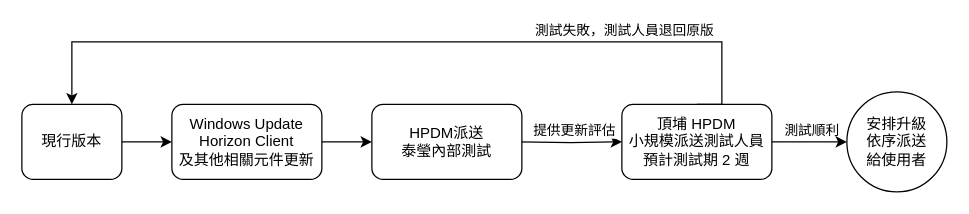
Earlier version of the draw.io diagram NCCC Windows 版本測試.drawio (headisnotsmall/draw.io). Source tidied: cells renumbered, new cells numbered last; positions are measured from the earlier drawing's top-left corner, leaving out a move shared by most shapes. Both pictures are drawn from the tidied source at 125%, with x=0, y=0 at pixel (21, 41).
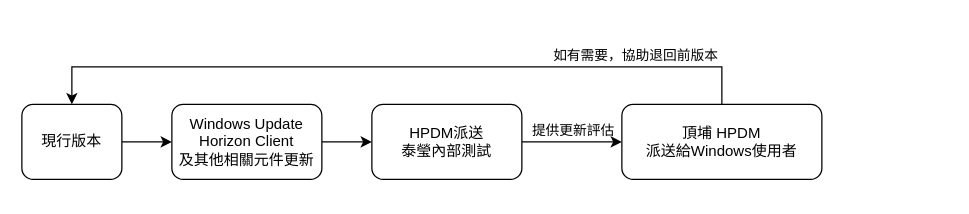
After the change.

What changed in the source:
```diff
@@
 <mxGraphModel>
   <root>
     <mxCell id="0" />
     <mxCell id="1" parent="0" />
     <mxCell id="2" style="edgeStyle=orthogonalEdgeStyle;rounded=0;jettySize=auto;html=1;exitX=1;exitY=0.5;exitDx=0;exitDy=0;entryX=0;entryY=0.5;entryDx=0;entryDy=0;fontFamily=微軟正黑體;" parent="1" edge="1" source="3" target="13">
       <mxGeometry relative="1" as="geometry" />
     </mxCell>
     <mxCell id="3" value="現行版本" style="rounded=1;whiteSpace=wrap;html=1;fontSize=12;glass=0;strokeWidth=1;shadow=0;fontFamily=微軟正黑體;" parent="1" vertex="1">
       <mxGeometry y="50" width="80" height="60" as="geometry" />
     </mxCell>
     <mxCell id="4" style="edgeStyle=orthogonalEdgeStyle;rounded=0;jettySize=auto;html=1;exitX=1;exitY=0.5;exitDx=0;exitDy=0;fontFamily=微軟正黑體;" parent="1" edge="1" source="13">
       <mxGeometry relative="1" as="geometry">
         <mxPoint x="280" y="80" as="targetPoint" />
       </mxGeometry>
     </mxCell>
-    <mxCell id="5" style="edgeStyle=orthogonalEdgeStyle;rounded=0;jettySize=auto;html=1;fontFamily=微軟正黑體;" parent="1" edge="1" target="10">
-      <mxGeometry relative="1" as="geometry">
-        <mxPoint x="397.5" y="80" as="sourcePoint" />
-      </mxGeometry>
-    </mxCell>
     <mxCell id="6" style="edgeStyle=orthogonalEdgeStyle;rounded=0;jettySize=auto;html=1;exitX=0.5;exitY=0;exitDx=0;exitDy=0;fontFamily=微軟正黑體;" parent="1" edge="1" source="10" target="3">
       <mxGeometry relative="1" as="geometry">
         <Array as="points">
-          <mxPoint x="560" />
-          <mxPoint x="40" />
+          <mxPoint x="560" y="50" />
+          <mxPoint x="560" y="20" />
+          <mxPoint x="40" y="20" />
         </Array>
       </mxGeometry>
     </mxCell>
-    <mxCell id="7" value="測試失敗，測試人員退回原版" style="edgeLabel;html=1;align=center;verticalAlign=middle;fontFamily=微軟正黑體;" parent="6" vertex="1">
+    <mxCell id="7" value="如有需要，協助退回前版本" style="edgeLabel;html=1;align=center;verticalAlign=middle;fontFamily=微軟正黑體;" parent="6" vertex="1">
       <mxGeometry x="-0.18" y="-2" relative="1" as="geometry">
-        <mxPoint x="113" y="-8" as="offset" />
+        <mxPoint x="138" y="-8" as="offset" />
       </mxGeometry>
     </mxCell>
-    <mxCell id="8" value="測試順利" style="edgeLabel;html=1;align=center;verticalAlign=middle;fontFamily=微軟正黑體;" parent="6" vertex="1">
-      <mxGeometry x="-0.18" y="-2" relative="1" as="geometry">
-        <mxPoint x="263" y="72" as="offset" />
-      </mxGeometry>
-    </mxCell>
     <mxCell id="9" value="提供更新評估" style="edgeLabel;html=1;align=center;verticalAlign=middle;fontFamily=微軟正黑體;" parent="6" vertex="1">
       <mxGeometry x="-0.18" y="-2" relative="1" as="geometry">
-        <mxPoint x="73" y="72" as="offset" />
+        <mxPoint x="88" y="52" as="offset" />
       </mxGeometry>
     </mxCell>
-    <mxCell id="10" value="&lt;div&gt;頂埔 HPDM&lt;br&gt;小規模派送測試人員&lt;br&gt;&lt;/div&gt;&lt;div&gt;預計測試期 2 週&lt;/div&gt;" style="rounded=1;whiteSpace=wrap;html=1;fontSize=12;glass=0;strokeWidth=1;shadow=0;fontFamily=微軟正黑體;" parent="1" vertex="1">
-      <mxGeometry x="480" y="50" width="120" height="60" as="geometry" />
+    <mxCell id="10" value="&lt;div&gt;頂埔 HPDM&lt;br&gt;派送給Windows使用者&lt;br&gt;&lt;/div&gt;" style="rounded=1;whiteSpace=wrap;html=1;fontSize=12;glass=0;strokeWidth=1;shadow=0;fontFamily=微軟正黑體;" parent="1" vertex="1">
+      <mxGeometry x="480" y="50" width="160" height="60" as="geometry" />
     </mxCell>
-    <mxCell id="11" style="edgeStyle=orthogonalEdgeStyle;rounded=0;jettySize=auto;html=1;fontFamily=微軟正黑體;entryX=0;entryY=0.5;entryDx=0;entryDy=0;" parent="1" edge="1" source="10" target="12">
-      <mxGeometry relative="1" as="geometry" />
-    </mxCell>
-    <mxCell id="12" value="安排升級&lt;br&gt;依序派送&lt;br&gt;給使用者" style="ellipse;whiteSpace=wrap;html=1;fontFamily=微軟正黑體;rounded=1;glass=0;strokeWidth=1;shadow=0;" parent="1" vertex="1">
-      <mxGeometry x="660" y="40" width="80" height="80" as="geometry" />
-    </mxCell>
     <mxCell id="13" value="&lt;div&gt;Windows Update &lt;/div&gt;Horizon Client&lt;br&gt;及其他相關元件更新" style="rounded=1;whiteSpace=wrap;html=1;fontFamily=微軟正黑體;" parent="1" vertex="1">
       <mxGeometry x="120" y="50" width="120" height="60" as="geometry" />
     </mxCell>
+    <mxCell id="15" style="edgeStyle=orthogonalEdgeStyle;rounded=0;jettySize=auto;html=1;" parent="1" edge="1" source="14" target="10">
+      <mxGeometry relative="1" as="geometry" />
+    </mxCell>
     <mxCell id="14" value="HPDM派送&lt;br&gt;泰瑩內部測試" style="rounded=1;whiteSpace=wrap;html=1;fontFamily=微軟正黑體;" parent="1" vertex="1">
       <mxGeometry x="280" y="50" width="120" height="60" as="geometry" />
     </mxCell>
   </root>
 </mxGraphModel>
```
